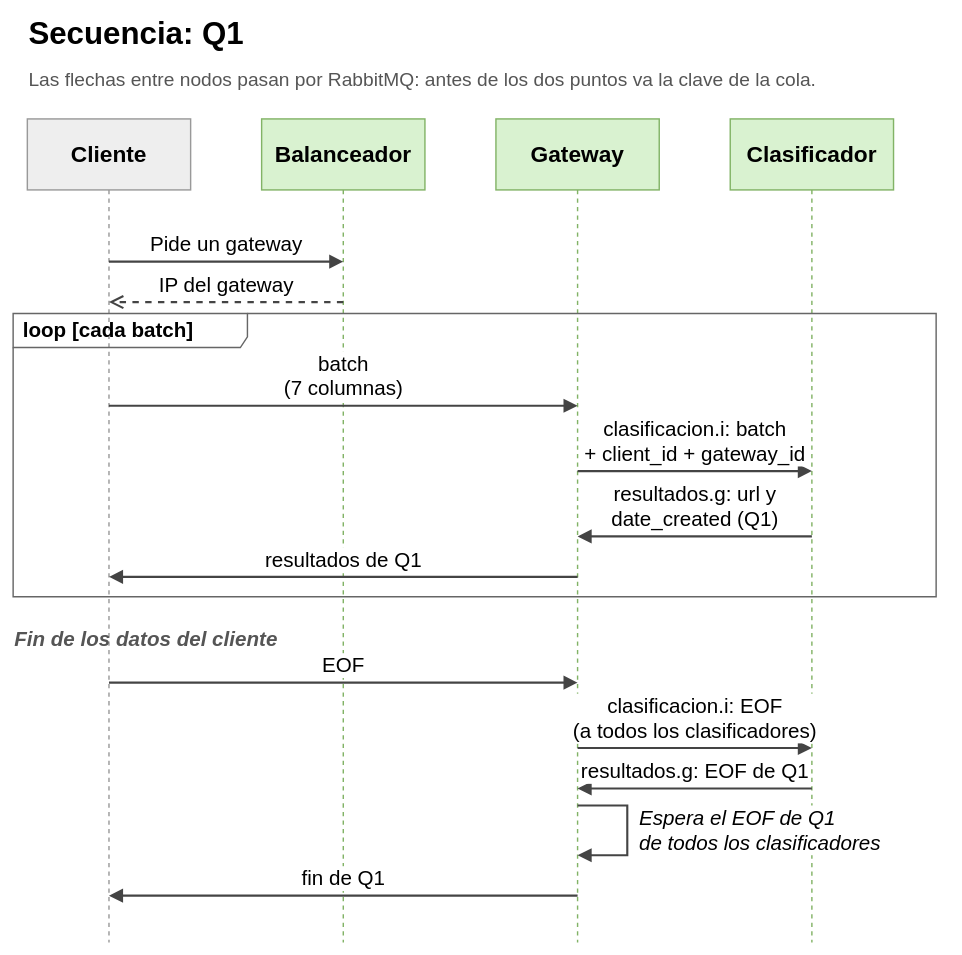
Above: page "Secuencia - Q1" (1 of 5) of diagramas_internos/secuencia.drawio in Cristobal710/tp-final-distribuidos (draw.io), before the change. Source tidied: cells renumbered, new cells numbered last; positions are measured from the earlier drawing's top-left corner, leaving out a move shared by most shapes. Both pictures are drawn from the tidied source at 71%, with x=0, y=0 at pixel (13, 12).
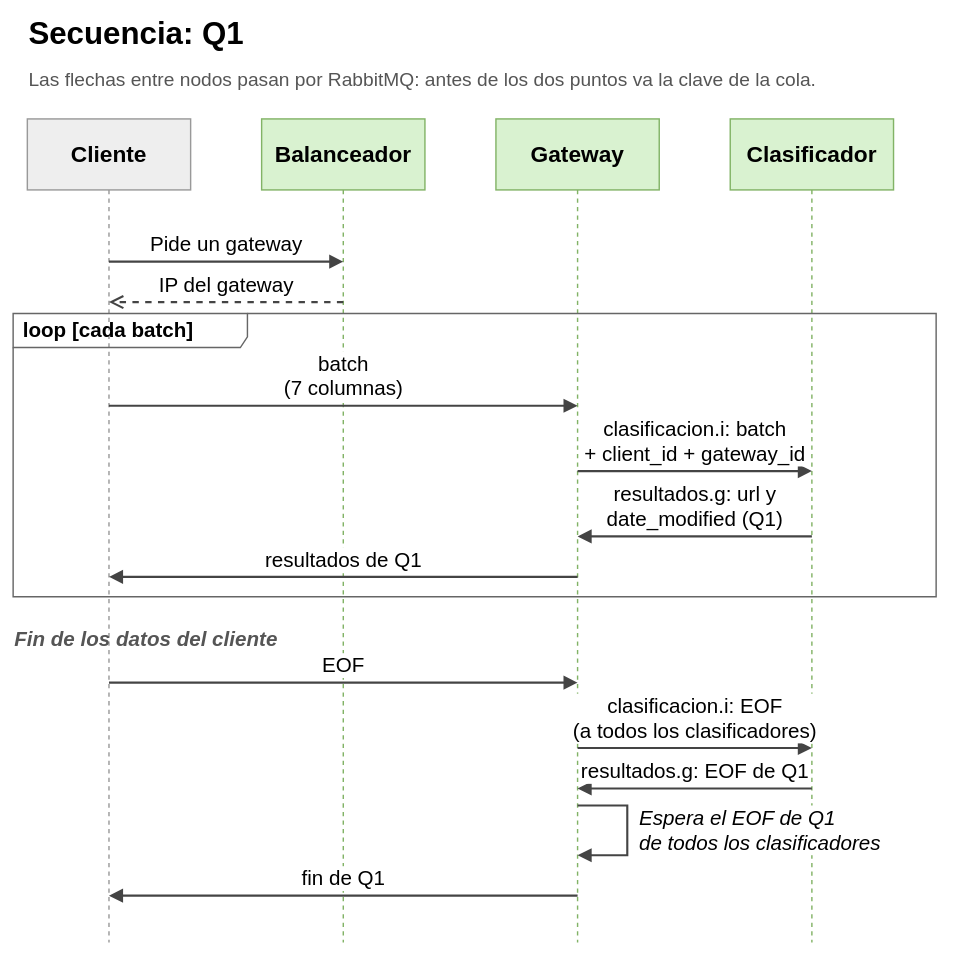
The same page after the edit.

What changed in the source:
```diff
@@
-    <mxCell id="12" value="resultados.g: url y&lt;br&gt;date_created (Q1)" style="html=1;verticalAlign=bottom;labelBackgroundColor=#ffffff;strokeWidth=3;strokeColor=#444444;fontFamily=Calibri;fontSize=29;spacingBottom=4;endArrow=block;endFill=1;endSize=12;" parent="1" edge="1">
+    <mxCell id="12" value="resultados.g: url y&lt;br&gt;date_modified (Q1)" style="html=1;verticalAlign=bottom;labelBackgroundColor=#ffffff;strokeWidth=3;strokeColor=#444444;fontFamily=Calibri;fontSize=29;spacingBottom=4;endArrow=block;endFill=1;endSize=12;" parent="1" edge="1">
       <mxGeometry relative="1" as="geometry">
         <mxPoint x="1125" y="738" as="sourcePoint" />
         <mxPoint x="795" y="738" as="targetPoint" />
       </mxGeometry>
     </mxCell>
```
